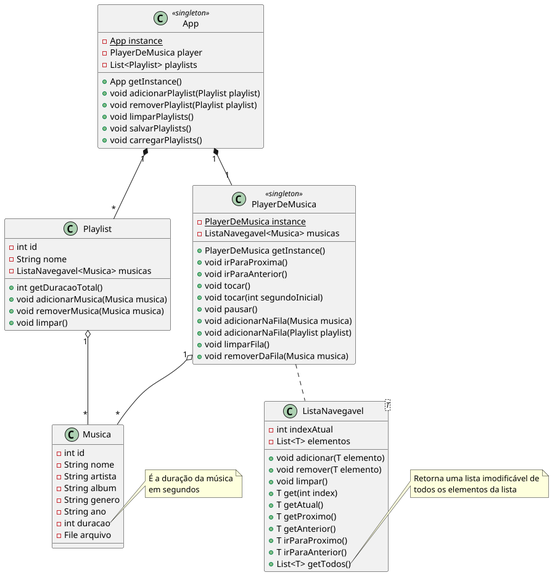
Earlier version of the PlantUML export docs/uml_classes-0.png (carloscardoso05/Astroplayer).
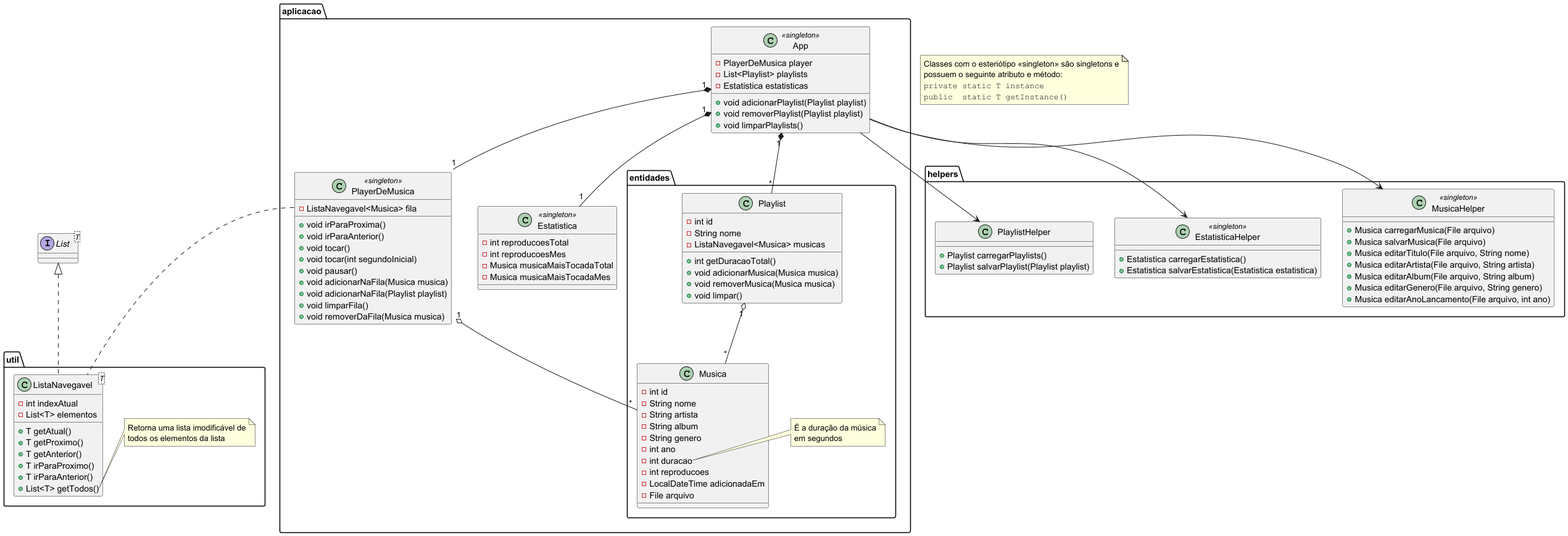
Above is the later version.

Commit message:
Adicionado classes já presentes no diagrama

The edit, as a diff of the source:
```diff
@@ -1,85 +1,131 @@
 @startuml
 
+interface List<T>
 
-class Musica {
-    - int id
-    - String nome
-    - String artista
-    - String album
-    - String genero
-    - String ano
-    - int duracao
-    - File arquivo
+package aplicacao {
+
+    class App<<singleton>> {
+        - PlayerDeMusica player
+        - List<Playlist> playlists
+        - Estatistica estatisticas
+        + void adicionarPlaylist(Playlist playlist)
+        + void removerPlaylist(Playlist playlist)
+        + void limparPlaylists()
+    }
+
+    class PlayerDeMusica<<singleton>> {
+        - ListaNavegavel<Musica> fila
+        + void irParaProxima()
+        + void irParaAnterior()
+        + void tocar()
+        + void tocar(int segundoInicial)
+        + void pausar()
+        + void adicionarNaFila(Musica musica)
+        + void adicionarNaFila(Playlist playlist)
+        + void limparFila()
+        + void removerDaFila(Musica musica)
+    }
+
+    class Estatistica<<singleton>> {
+        - int reproducoesTotal
+        - int reproducoesMes
+        - Musica musicaMaisTocadaTotal
+        - Musica musicaMaisTocadaMes
+    }
+
+    package entidades {
+
+        class Musica {
+            - int id
+            - String nome
+            - String artista
+            - String album
+            - String genero
+            - int ano
+            - int duracao
+            - int reproducoes
+            - LocalDateTime adicionadaEm
+            - File arquivo
+        }
+
+        note right of Musica::duracao
+         É a duração da música
+         em segundos
+        end note
+
+        class Playlist {
+            - int id
+            - String nome
+            - ListaNavegavel<Musica> musicas
+            + int getDuracaoTotal()
+            + void adicionarMusica(Musica musica)
+            + void removerMusica(Musica musica)
+            + void limpar()
+        }
+    }
+
 }
 
-note right of Musica::duracao
- É a duração da música
- em segundos
-end note
+package helpers {
 
-class ListaNavegavel<T> {
-    - int indexAtual
-    - List<T> elementos
-    + void adicionar(T elemento)
-    + void remover(T elemento)
-    + void limpar()
-    + T get(int index)
-    + T getAtual()
-    + T getProximo()
-    + T getAnterior()
-    + T irParaProximo()
-    + T irParaAnterior()
-    + List<T> getTodos()
+    class MusicaHelper<<singleton>> {
+        + Musica carregarMusica(File arquivo)
+        + Musica salvarMusica(File arquivo)
+        + Musica editarTitulo(File arquivo, String nome)
+        + Musica editarArtista(File arquivo, String artista)
+        + Musica editarAlbum(File arquivo, String album)
+        + Musica editarGenero(File arquivo, String genero)
+        + Musica editarAnoLancamento(File arquivo, int ano)
+    }
+
+    class EstatisticaHelper<<singleton>> {
+        + Estatistica carregarEstatistica()
+        + Estatistica salvarEstatistica(Estatistica estatistica)
+    }
+
+    class PlaylistHelper {
+        + Playlist carregarPlaylists()
+        + Playlist salvarPlaylist(Playlist playlist)
+    }
+
 }
 
-note right of ListaNavegavel::getTodos
- Retorna uma lista imodificável de
- todos os elementos da lista
-end note
+package util {
 
-class Playlist {
-    - int id
-    - String nome
-    - ListaNavegavel<Musica> musicas
-    + int getDuracaoTotal()
-    + void adicionarMusica(Musica musica)
-    + void removerMusica(Musica musica)
-    + void limpar()
-}
+    class ListaNavegavel<T> implements .List<T> {
+        - int indexAtual
+        - List<T> elementos
+        + T getAtual()
+        + T getProximo()
+        + T getAnterior()
+        + T irParaProximo()
+        + T irParaAnterior()
+        + List<T> getTodos()
+    }
 
-Playlist "1" o-- "*" Musica
+    note right of ListaNavegavel::getTodos
+     Retorna uma lista imodificável de
+     todos os elementos da lista
+    end note
 
-class PlayerDeMusica<<singleton>> {
-    {static} - PlayerDeMusica instance
-    - ListaNavegavel<Musica> musicas
-    + PlayerDeMusica getInstance()
-    + void irParaProxima()
-    + void irParaAnterior()
-    + void tocar()
-    + void tocar(int segundoInicial)
-    + void pausar()
-    + void adicionarNaFila(Musica musica)
-    + void adicionarNaFila(Playlist playlist)
-    + void limparFila()
-    + void removerDaFila(Musica musica)
-}
-
-PlayerDeMusica .. ListaNavegavel
-PlayerDeMusica "1" o-- "*" Musica
-
-class App<<singleton>> {
-    {static} - App instance
-    - PlayerDeMusica player
-    - List<Playlist> playlists
-    + App getInstance()
-    + void adicionarPlaylist(Playlist playlist)
-    + void removerPlaylist(Playlist playlist)
-    + void limparPlaylists()
-    + void salvarPlaylists()
-    + void carregarPlaylists()
 }
 
 App "1" *-- "1" PlayerDeMusica
 App "1" *-- "*" Playlist
+App "1" *-- "1" Estatistica
+App --> MusicaHelper
+App --> EstatisticaHelper
+App --> PlaylistHelper
+PlayerDeMusica "1" o-- "*" Musica
+PlayerDeMusica::fila .. ListaNavegavel
+Playlist "1" o-- "*" Musica
 
+note as NotaSingleton
+    Classes com o esteriótipo <<singleton>> são singletons e
+    possuem o seguinte atributo e método:
+    <code>
+    private static T instance
+    public  static T getInstance()
+    </code>
+end note
 @enduml
```
